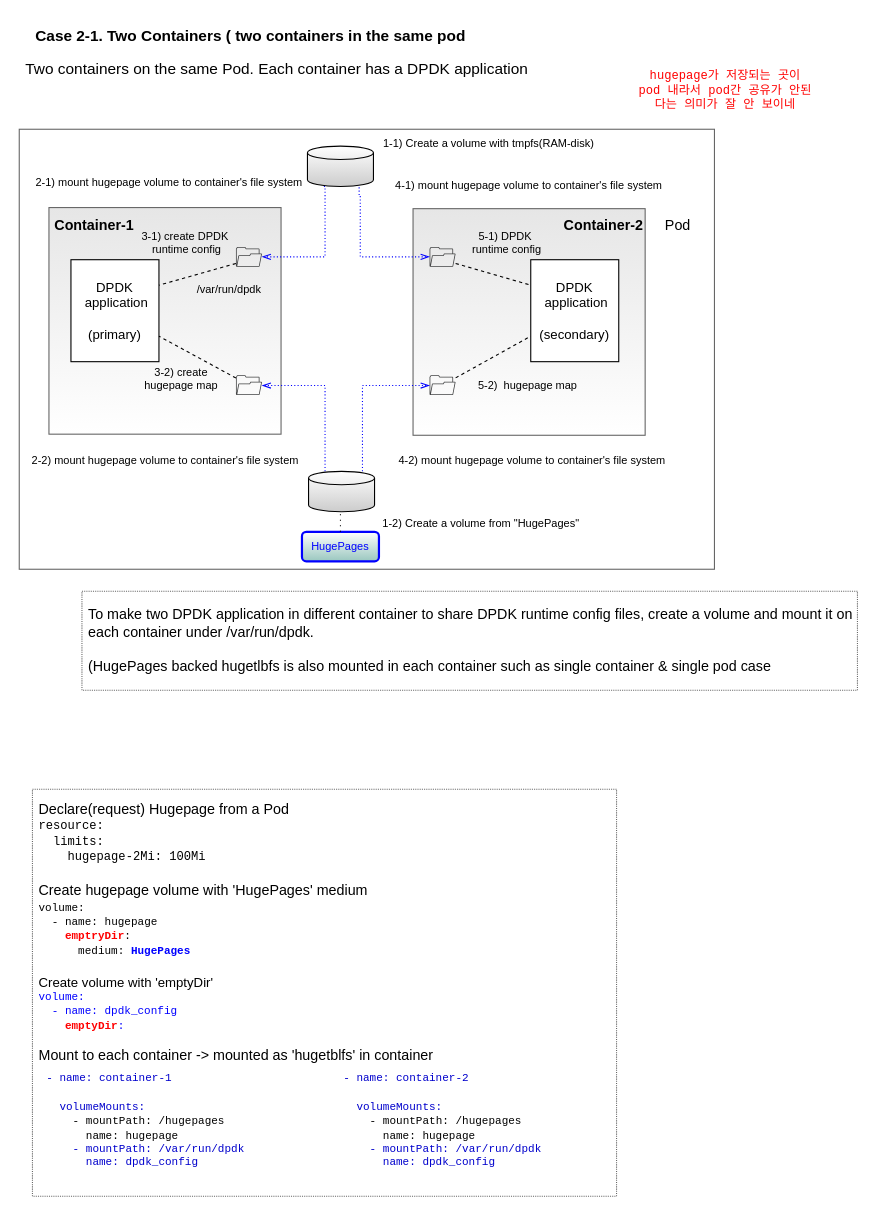
The draw.io diagram page "two container in one pod" (4 of 5) of dpdk multi-process.drawio in cychong47/how-to-share-hugepage-in-k8s, before the edit. Source tidied: cells renumbered, new cells numbered last; positions are measured from the earlier drawing's top-left corner, leaving out a move shared by most shapes. Both pictures are drawn from the tidied source at 110%, with x=0, y=0 at pixel (19, 19).
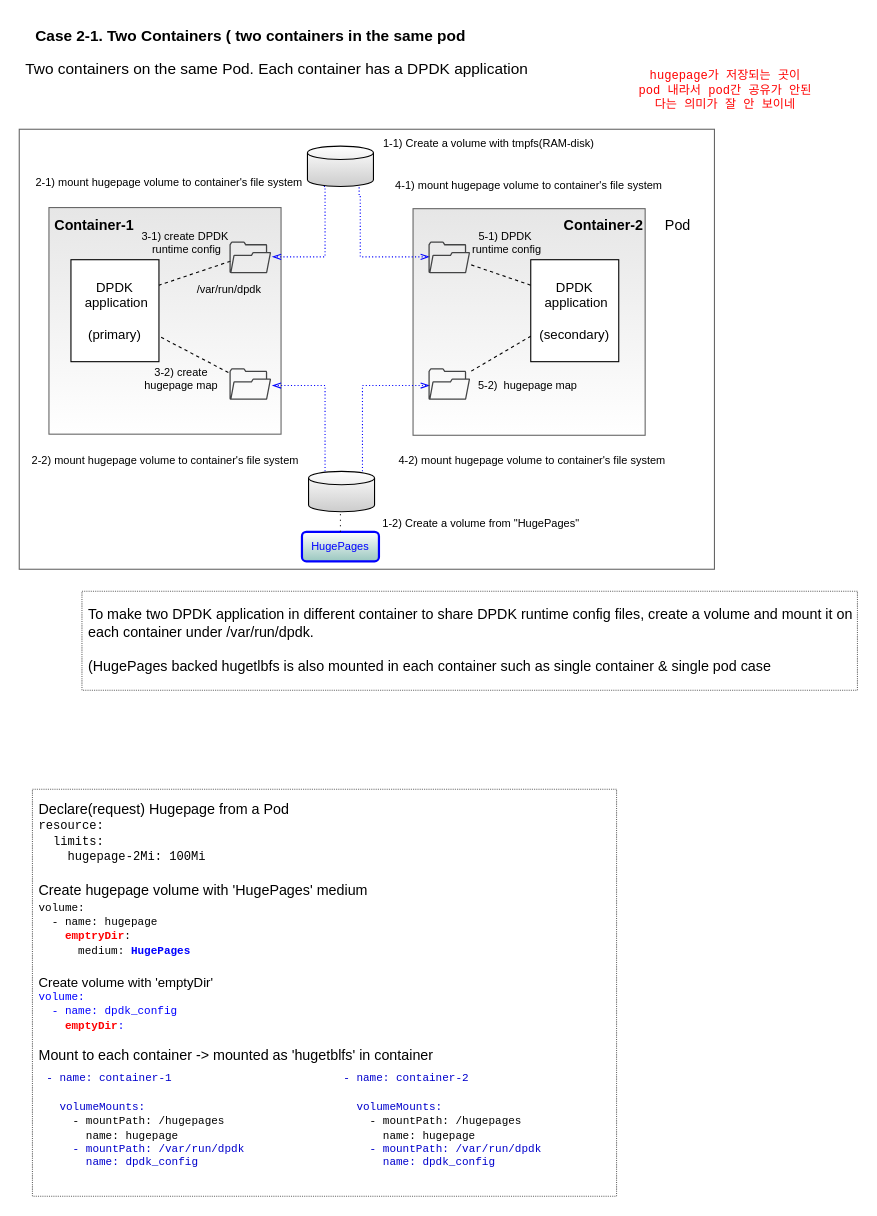
The same diagram, later.

The change refers to these unchanged cells:
```xml
<mxCell id="14" value="DPDK &amp;nbsp;application&lt;br&gt;&lt;br&gt;(secondary)" style="rounded=0;whiteSpace=wrap;html=1;strokeColor=#000000;fontColor=#000000;" parent="1" vertex="1">
  <mxGeometry x="465" y="218.6" width="80" height="92.7" as="geometry" />
</mxCell>
<mxCell id="17" value="DPDK &amp;nbsp;application&lt;br&gt;&lt;br&gt;(primary)" style="rounded=0;whiteSpace=wrap;html=1;" parent="1" vertex="1">
  <mxGeometry x="47" y="218.6" width="80" height="92.7" as="geometry" />
</mxCell>
<mxCell id="43" style="strokeWidth=1;html=1;shape=mxgraph.flowchart.database;whiteSpace=wrap;rounded=1;shadow=0;glass=0;sketch=0;fontFamily=Courier New;fontSize=12;fontColor=#000000;fillColor=#CCCCCC;gradientColor=#ffffff;gradientDirection=north;" parent="1" vertex="1">
  <mxGeometry x="262" y="115.3" width="60" height="36.7" as="geometry" />
</mxCell>
<mxCell id="44" style="strokeWidth=1;html=1;shape=mxgraph.flowchart.database;whiteSpace=wrap;rounded=1;shadow=0;glass=0;sketch=0;fontFamily=Courier New;fontSize=12;fontColor=#000000;fillColor=#CCCCCC;gradientColor=#ffffff;gradientDirection=north;" parent="1" vertex="1">
  <mxGeometry x="263" y="411" width="60" height="36.7" as="geometry" />
</mxCell>
```

What changed in the source:
```diff
@@
-    <mxCell id="19" style="endArrow=none;html=1;rounded=0;endFill=0;startArrow=none;startFill=0;entryX=1;entryY=0.75;entryDx=0;entryDy=0;dashed=1;" parent="1" edge="1" source="31" target="17">
+    <mxCell id="19" style="endArrow=none;html=1;rounded=0;endFill=0;startArrow=none;startFill=0;entryX=1;entryY=0.75;entryDx=0;entryDy=0;dashed=1;" parent="1" edge="1" source="46" target="17">
       <mxGeometry relative="1" as="geometry" />
     </mxCell>
-    <mxCell id="20" style="endArrow=none;html=1;rounded=0;entryX=1;entryY=0.25;entryDx=0;entryDy=0;startArrow=none;startFill=0;exitX=0;exitY=0;exitDx=0;exitDy=15;exitPerimeter=0;dashed=1;" parent="1" edge="1" source="35" target="17">
-      <mxGeometry relative="1" as="geometry" />
+    <mxCell id="20" style="endArrow=none;html=1;rounded=0;entryX=1;entryY=0.25;entryDx=0;entryDy=0;startArrow=none;startFill=0;dashed=1;" parent="1" edge="1" target="17">
+      <mxGeometry relative="1" as="geometry">
+        <mxPoint x="192" y="220" as="sourcePoint" />
+      </mxGeometry>
     </mxCell>
@@
-    <mxCell id="25" style="endArrow=none;html=1;rounded=0;entryX=0;entryY=0.25;entryDx=0;entryDy=0;startArrow=none;startFill=0;exitX=1;exitY=0;exitDx=0;exitDy=15;exitPerimeter=0;fillColor=#0050ef;strokeColor=#000000;dashed=1;fontColor=#000000;" parent="1" edge="1" source="36" target="14">
+    <mxCell id="25" style="endArrow=none;html=1;rounded=0;entryX=0;entryY=0.25;entryDx=0;entryDy=0;startArrow=none;startFill=0;fillColor=#0050ef;strokeColor=#000000;dashed=1;fontColor=#000000;" parent="1" edge="1" source="47" target="14">
       <mxGeometry relative="1" as="geometry" />
     </mxCell>
-    <mxCell id="26" style="endArrow=none;html=1;rounded=0;endFill=0;startArrow=none;startFill=0;entryX=0;entryY=0.75;entryDx=0;entryDy=0;fillColor=#0050ef;strokeColor=#000000;dashed=1;fontColor=#000000;" parent="1" edge="1" source="33" target="14">
+    <mxCell id="26" style="endArrow=none;html=1;rounded=0;endFill=0;startArrow=none;startFill=0;entryX=0;entryY=0.75;entryDx=0;entryDy=0;fillColor=#0050ef;strokeColor=#000000;dashed=1;fontColor=#000000;" parent="1" edge="1" source="48" target="14">
       <mxGeometry relative="1" as="geometry" />
     </mxCell>
@@
-    <mxCell id="31" style="sketch=0;shadow=0;dashed=0;html=1;strokeColor=none;fillColor=#434445;labelPosition=center;verticalLabelPosition=bottom;verticalAlign=top;align=center;outlineConnect=0;shape=mxgraph.vvd.folder;rounded=1;glass=0;fontFamily=Courier New;fontSize=12;fontColor=#000000;" parent="1" vertex="1">
-      <mxGeometry x="197" y="323.6" width="23.7" height="18" as="geometry" />
-    </mxCell>
-    <mxCell id="32" style="edgeStyle=orthogonalEdgeStyle;rounded=0;jettySize=auto;html=1;dashed=1;fontSize=10;fontColor=#0000FF;strokeWidth=1;endArrow=openThin;endFill=0;strokeColor=#0000FF;startArrow=none;dashPattern=1 2;" parent="1" edge="1" source="44" target="31">
+    <mxCell id="32" style="edgeStyle=orthogonalEdgeStyle;rounded=0;jettySize=auto;html=1;dashed=1;fontSize=10;fontColor=#0000FF;strokeWidth=1;endArrow=openThin;endFill=0;strokeColor=#0000FF;startArrow=none;dashPattern=1 2;" parent="1" edge="1" source="44" target="46">
       <mxGeometry relative="1" as="geometry">
         <Array as="points">
           <mxPoint x="278" y="333" />
         </Array>
       </mxGeometry>
     </mxCell>
-    <mxCell id="33" style="sketch=0;shadow=0;dashed=0;html=1;strokeColor=none;fillColor=#434445;labelPosition=center;verticalLabelPosition=bottom;verticalAlign=top;align=center;outlineConnect=0;shape=mxgraph.vvd.folder;rounded=1;glass=0;fontFamily=Courier New;fontSize=12;fontColor=#000000;" parent="1" vertex="1">
-      <mxGeometry x="373" y="323.6" width="23.7" height="18" as="geometry" />
-    </mxCell>
@@
-    <mxCell id="35" style="sketch=0;shadow=0;dashed=0;html=1;strokeColor=none;fillColor=#434445;labelPosition=center;verticalLabelPosition=bottom;verticalAlign=top;align=center;outlineConnect=0;shape=mxgraph.vvd.folder;rounded=1;glass=0;fontFamily=Courier New;fontSize=12;fontColor=#000000;" parent="1" vertex="1">
-      <mxGeometry x="197" y="207" width="23.7" height="18" as="geometry" />
-    </mxCell>
-    <mxCell id="36" style="sketch=0;shadow=0;dashed=0;html=1;strokeColor=none;fillColor=#434445;labelPosition=center;verticalLabelPosition=bottom;verticalAlign=top;align=center;outlineConnect=0;shape=mxgraph.vvd.folder;rounded=1;glass=0;fontFamily=Courier New;fontSize=12;fontColor=#000000;" parent="1" vertex="1">
-      <mxGeometry x="373" y="207" width="23.7" height="18" as="geometry" />
-    </mxCell>
@@
-    <mxCell id="38" style="edgeStyle=orthogonalEdgeStyle;rounded=0;jettySize=auto;html=1;dashed=1;fontSize=10;fontColor=#0000FF;strokeWidth=1;endArrow=openThin;endFill=0;strokeColor=#0000FF;startArrow=none;dashPattern=1 2;exitX=0.249;exitY=0.998;exitDx=0;exitDy=0;exitPerimeter=0;" parent="1" edge="1" source="43" target="35">
+    <mxCell id="38" style="edgeStyle=orthogonalEdgeStyle;rounded=0;jettySize=auto;html=1;dashed=1;fontSize=10;fontColor=#0000FF;strokeWidth=1;endArrow=openThin;endFill=0;strokeColor=#0000FF;startArrow=none;dashPattern=1 2;exitX=0.249;exitY=0.998;exitDx=0;exitDy=0;exitPerimeter=0;" parent="1" edge="1" source="43" target="45">
       <mxGeometry relative="1" as="geometry">
         <Array as="points">
+          <mxPoint x="278" y="152" />
           <mxPoint x="278" y="216" />
         </Array>
       </mxGeometry>
     </mxCell>
@@
-    <mxCell id="40" style="edgeStyle=orthogonalEdgeStyle;rounded=0;jettySize=auto;html=1;dashed=1;fontSize=10;fontColor=#0000FF;strokeWidth=1;endArrow=openThin;endFill=0;strokeColor=#0000FF;startArrow=none;dashPattern=1 2;exitX=0.783;exitY=1.021;exitDx=0;exitDy=0;exitPerimeter=0;" parent="1" edge="1" source="43" target="36">
+    <mxCell id="40" style="edgeStyle=orthogonalEdgeStyle;rounded=0;jettySize=auto;html=1;dashed=1;fontSize=10;fontColor=#0000FF;strokeWidth=1;endArrow=openThin;endFill=0;strokeColor=#0000FF;startArrow=none;dashPattern=1 2;exitX=0.783;exitY=1.021;exitDx=0;exitDy=0;exitPerimeter=0;" parent="1" edge="1" source="43">
       <mxGeometry relative="1" as="geometry">
+        <mxPoint x="373" y="216" as="targetPoint" />
         <Array as="points">
           <mxPoint x="309" y="160" />
           <mxPoint x="310" y="160" />
           <mxPoint x="310" y="216" />
         </Array>
       </mxGeometry>
     </mxCell>
-    <mxCell id="41" style="edgeStyle=orthogonalEdgeStyle;rounded=0;jettySize=auto;html=1;dashed=1;fontSize=10;fontColor=#0000FF;strokeWidth=1;endArrow=openThin;endFill=0;strokeColor=#0000FF;startArrow=none;dashPattern=1 2;" parent="1" edge="1" source="44" target="33">
+    <mxCell id="41" style="edgeStyle=orthogonalEdgeStyle;rounded=0;jettySize=auto;html=1;dashed=1;fontSize=10;fontColor=#0000FF;strokeWidth=1;endArrow=openThin;endFill=0;strokeColor=#0000FF;startArrow=none;dashPattern=1 2;" parent="1" edge="1" source="44">
       <mxGeometry relative="1" as="geometry">
+        <mxPoint x="373" y="333" as="targetPoint" />
         <Array as="points">
           <mxPoint x="312" y="333" />
         </Array>
       </mxGeometry>
     </mxCell>
@@
+    <mxCell id="45" style="sketch=0;shadow=0;dashed=0;html=1;strokeColor=none;fillColor=#434445;labelPosition=center;verticalLabelPosition=bottom;verticalAlign=top;align=center;outlineConnect=0;shape=mxgraph.vvd.folder;rounded=1;glass=0;fontFamily=Courier New;fontSize=12;fontColor=#000000;strokeWidth=4;perimeterSpacing=1;" parent="1" vertex="1">
+      <mxGeometry x="191.1" y="202.1" width="37.9" height="28.8" as="geometry" />
+    </mxCell>
+    <mxCell id="46" style="sketch=0;shadow=0;dashed=0;html=1;strokeColor=none;fillColor=#434445;labelPosition=center;verticalLabelPosition=bottom;verticalAlign=top;align=center;outlineConnect=0;shape=mxgraph.vvd.folder;rounded=1;glass=0;fontFamily=Courier New;fontSize=12;fontColor=#000000;strokeWidth=4;perimeterSpacing=1;" parent="1" vertex="1">
+      <mxGeometry x="191.1" y="317.2" width="37.9" height="28.8" as="geometry" />
+    </mxCell>
+    <mxCell id="47" style="sketch=0;shadow=0;dashed=0;html=1;strokeColor=none;fillColor=#434445;labelPosition=center;verticalLabelPosition=bottom;verticalAlign=top;align=center;outlineConnect=0;shape=mxgraph.vvd.folder;rounded=1;glass=0;fontFamily=Courier New;fontSize=12;fontColor=#000000;strokeWidth=4;perimeterSpacing=1;" parent="1" vertex="1">
+      <mxGeometry x="372" y="202.1" width="37.9" height="28.8" as="geometry" />
+    </mxCell>
+    <mxCell id="48" style="sketch=0;shadow=0;dashed=0;html=1;strokeColor=none;fillColor=#434445;labelPosition=center;verticalLabelPosition=bottom;verticalAlign=top;align=center;outlineConnect=0;shape=mxgraph.vvd.folder;rounded=1;glass=0;fontFamily=Courier New;fontSize=12;fontColor=#000000;strokeWidth=4;perimeterSpacing=1;" parent="1" vertex="1">
+      <mxGeometry x="372" y="317.2" width="37.9" height="28.8" as="geometry" />
+    </mxCell>
```
